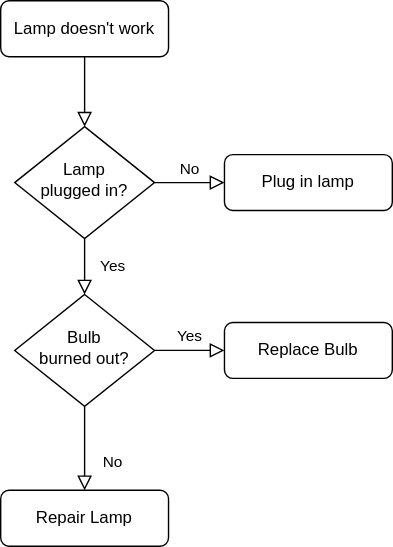
Above: test diagram.svg in JanHousa/diagrams.net (draw.io), before the change. Source tidied: cells renumbered, new cells last; positions are measured from the earlier drawing's top-left corner, leaving out a move shared by most shapes. Its diagram source:
```xml
<mxGraphModel>
  <root>
    <mxCell id="0" />
    <mxCell id="1" parent="0" />
    <mxCell id="2" style="rounded=0;html=1;jettySize=auto;fontSize=11;endArrow=block;endFill=0;endSize=8;strokeWidth=1;shadow=0;labelBackgroundColor=none;edgeStyle=orthogonalEdgeStyle;" parent="1" edge="1" source="3" target="6">
      <mxGeometry relative="1" as="geometry" />
    </mxCell>
    <mxCell id="3" value="Lamp doesn't work" style="rounded=1;whiteSpace=wrap;html=1;fontSize=12;glass=0;strokeWidth=1;shadow=0;" parent="1" vertex="1">
      <mxGeometry width="120" height="40" as="geometry" />
    </mxCell>
    <mxCell id="4" value="Yes" style="rounded=0;html=1;jettySize=auto;fontSize=11;endArrow=block;endFill=0;endSize=8;strokeWidth=1;shadow=0;labelBackgroundColor=none;edgeStyle=orthogonalEdgeStyle;" parent="1" edge="1" source="6" target="10">
      <mxGeometry y="20" relative="1" as="geometry" />
    </mxCell>
    <mxCell id="5" value="No" style="edgeStyle=orthogonalEdgeStyle;rounded=0;html=1;jettySize=auto;fontSize=11;endArrow=block;endFill=0;endSize=8;strokeWidth=1;shadow=0;labelBackgroundColor=none;" parent="1" edge="1" source="6" target="7">
      <mxGeometry y="10" relative="1" as="geometry" />
    </mxCell>
    <mxCell id="6" value="Lamp&lt;br&gt;plugged in?" style="rhombus;whiteSpace=wrap;html=1;shadow=0;fontFamily=Helvetica;fontSize=12;align=center;strokeWidth=1;spacing=6;spacingTop=-4;" parent="1" vertex="1">
      <mxGeometry x="10" y="90" width="100" height="80" as="geometry" />
    </mxCell>
    <mxCell id="7" value="Plug in lamp" style="rounded=1;whiteSpace=wrap;html=1;fontSize=12;glass=0;strokeWidth=1;shadow=0;" parent="1" vertex="1">
      <mxGeometry x="160" y="110" width="120" height="40" as="geometry" />
    </mxCell>
    <mxCell id="8" value="No" style="rounded=0;html=1;jettySize=auto;fontSize=11;endArrow=block;endFill=0;endSize=8;strokeWidth=1;shadow=0;labelBackgroundColor=none;edgeStyle=orthogonalEdgeStyle;" parent="1" edge="1" source="10" target="11">
      <mxGeometry x="0.33" y="20" relative="1" as="geometry" />
    </mxCell>
    <mxCell id="9" value="Yes" style="edgeStyle=orthogonalEdgeStyle;rounded=0;html=1;jettySize=auto;fontSize=11;endArrow=block;endFill=0;endSize=8;strokeWidth=1;shadow=0;labelBackgroundColor=none;" parent="1" edge="1" source="10" target="12">
      <mxGeometry y="10" relative="1" as="geometry" />
    </mxCell>
    <mxCell id="10" value="Bulb&lt;br&gt;burned out?" style="rhombus;whiteSpace=wrap;html=1;shadow=0;fontFamily=Helvetica;fontSize=12;align=center;strokeWidth=1;spacing=6;spacingTop=-4;" parent="1" vertex="1">
      <mxGeometry x="10" y="210" width="100" height="80" as="geometry" />
    </mxCell>
    <mxCell id="11" value="Repair Lamp" style="rounded=1;whiteSpace=wrap;html=1;fontSize=12;glass=0;strokeWidth=1;shadow=0;" parent="1" vertex="1">
      <mxGeometry y="350" width="120" height="40" as="geometry" />
    </mxCell>
    <mxCell id="12" value="Replace Bulb" style="rounded=1;whiteSpace=wrap;html=1;fontSize=12;glass=0;strokeWidth=1;shadow=0;" parent="1" vertex="1">
      <mxGeometry x="160" y="230" width="120" height="40" as="geometry" />
    </mxCell>
  </root>
</mxGraphModel>
```
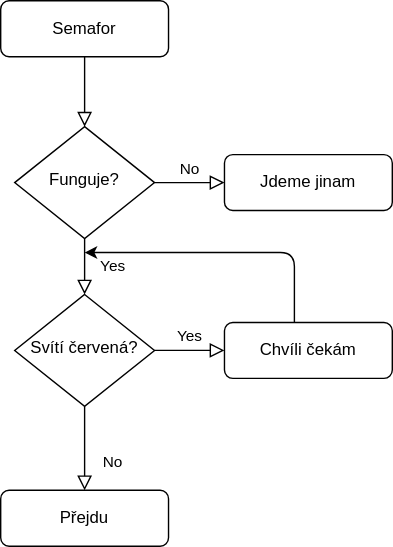
The same file after the commit.

Diff of the diagram source:
```diff
@@ -5,7 +5,7 @@
     <mxCell id="2" style="rounded=0;html=1;jettySize=auto;fontSize=11;endArrow=block;endFill=0;endSize=8;strokeWidth=1;shadow=0;labelBackgroundColor=none;edgeStyle=orthogonalEdgeStyle;" parent="1" edge="1" source="3" target="6">
       <mxGeometry relative="1" as="geometry" />
     </mxCell>
-    <mxCell id="3" value="Lamp doesn't work" style="rounded=1;whiteSpace=wrap;html=1;fontSize=12;glass=0;strokeWidth=1;shadow=0;" parent="1" vertex="1">
+    <mxCell id="3" value="Semafor" style="rounded=1;whiteSpace=wrap;html=1;fontSize=12;glass=0;strokeWidth=1;shadow=0;" parent="1" vertex="1">
       <mxGeometry width="120" height="40" as="geometry" />
     </mxCell>
     <mxCell id="4" value="Yes" style="rounded=0;html=1;jettySize=auto;fontSize=11;endArrow=block;endFill=0;endSize=8;strokeWidth=1;shadow=0;labelBackgroundColor=none;edgeStyle=orthogonalEdgeStyle;" parent="1" edge="1" source="6" target="10">
@@ -14,10 +14,10 @@
     <mxCell id="5" value="No" style="edgeStyle=orthogonalEdgeStyle;rounded=0;html=1;jettySize=auto;fontSize=11;endArrow=block;endFill=0;endSize=8;strokeWidth=1;shadow=0;labelBackgroundColor=none;" parent="1" edge="1" source="6" target="7">
       <mxGeometry y="10" relative="1" as="geometry" />
     </mxCell>
-    <mxCell id="6" value="Lamp&lt;br&gt;plugged in?" style="rhombus;whiteSpace=wrap;html=1;shadow=0;fontFamily=Helvetica;fontSize=12;align=center;strokeWidth=1;spacing=6;spacingTop=-4;" parent="1" vertex="1">
+    <mxCell id="6" value="Funguje?" style="rhombus;whiteSpace=wrap;html=1;shadow=0;fontFamily=Helvetica;fontSize=12;align=center;strokeWidth=1;spacing=6;spacingTop=-4;" parent="1" vertex="1">
       <mxGeometry x="10" y="90" width="100" height="80" as="geometry" />
     </mxCell>
-    <mxCell id="7" value="Plug in lamp" style="rounded=1;whiteSpace=wrap;html=1;fontSize=12;glass=0;strokeWidth=1;shadow=0;" parent="1" vertex="1">
+    <mxCell id="7" value="Jdeme jinam" style="rounded=1;whiteSpace=wrap;html=1;fontSize=12;glass=0;strokeWidth=1;shadow=0;" parent="1" vertex="1">
       <mxGeometry x="160" y="110" width="120" height="40" as="geometry" />
     </mxCell>
     <mxCell id="8" value="No" style="rounded=0;html=1;jettySize=auto;fontSize=11;endArrow=block;endFill=0;endSize=8;strokeWidth=1;shadow=0;labelBackgroundColor=none;edgeStyle=orthogonalEdgeStyle;" parent="1" edge="1" source="10" target="11">
@@ -26,14 +26,24 @@
     <mxCell id="9" value="Yes" style="edgeStyle=orthogonalEdgeStyle;rounded=0;html=1;jettySize=auto;fontSize=11;endArrow=block;endFill=0;endSize=8;strokeWidth=1;shadow=0;labelBackgroundColor=none;" parent="1" edge="1" source="10" target="12">
       <mxGeometry y="10" relative="1" as="geometry" />
     </mxCell>
-    <mxCell id="10" value="Bulb&lt;br&gt;burned out?" style="rhombus;whiteSpace=wrap;html=1;shadow=0;fontFamily=Helvetica;fontSize=12;align=center;strokeWidth=1;spacing=6;spacingTop=-4;" parent="1" vertex="1">
+    <mxCell id="10" value="Svítí červená?" style="rhombus;whiteSpace=wrap;html=1;shadow=0;fontFamily=Helvetica;fontSize=12;align=center;strokeWidth=1;spacing=6;spacingTop=-4;" parent="1" vertex="1">
       <mxGeometry x="10" y="210" width="100" height="80" as="geometry" />
     </mxCell>
-    <mxCell id="11" value="Repair Lamp" style="rounded=1;whiteSpace=wrap;html=1;fontSize=12;glass=0;strokeWidth=1;shadow=0;" parent="1" vertex="1">
+    <mxCell id="11" value="Přejdu" style="rounded=1;whiteSpace=wrap;html=1;fontSize=12;glass=0;strokeWidth=1;shadow=0;" parent="1" vertex="1">
       <mxGeometry y="350" width="120" height="40" as="geometry" />
     </mxCell>
-    <mxCell id="12" value="Replace Bulb" style="rounded=1;whiteSpace=wrap;html=1;fontSize=12;glass=0;strokeWidth=1;shadow=0;" parent="1" vertex="1">
+    <mxCell id="12" value="Chvíli čekám" style="rounded=1;whiteSpace=wrap;html=1;fontSize=12;glass=0;strokeWidth=1;shadow=0;" parent="1" vertex="1">
       <mxGeometry x="160" y="230" width="120" height="40" as="geometry" />
     </mxCell>
+    <mxCell id="13" style="endArrow=classic;html=1;edgeStyle=orthogonalEdgeStyle;" parent="1" edge="1">
+      <mxGeometry relative="1" as="geometry">
+        <mxPoint x="210" y="230" as="sourcePoint" />
+        <mxPoint x="60" y="180" as="targetPoint" />
+        <Array as="points">
+          <mxPoint x="210" y="230" />
+          <mxPoint x="210" y="180" />
+        </Array>
+      </mxGeometry>
+    </mxCell>
   </root>
 </mxGraphModel>
```
